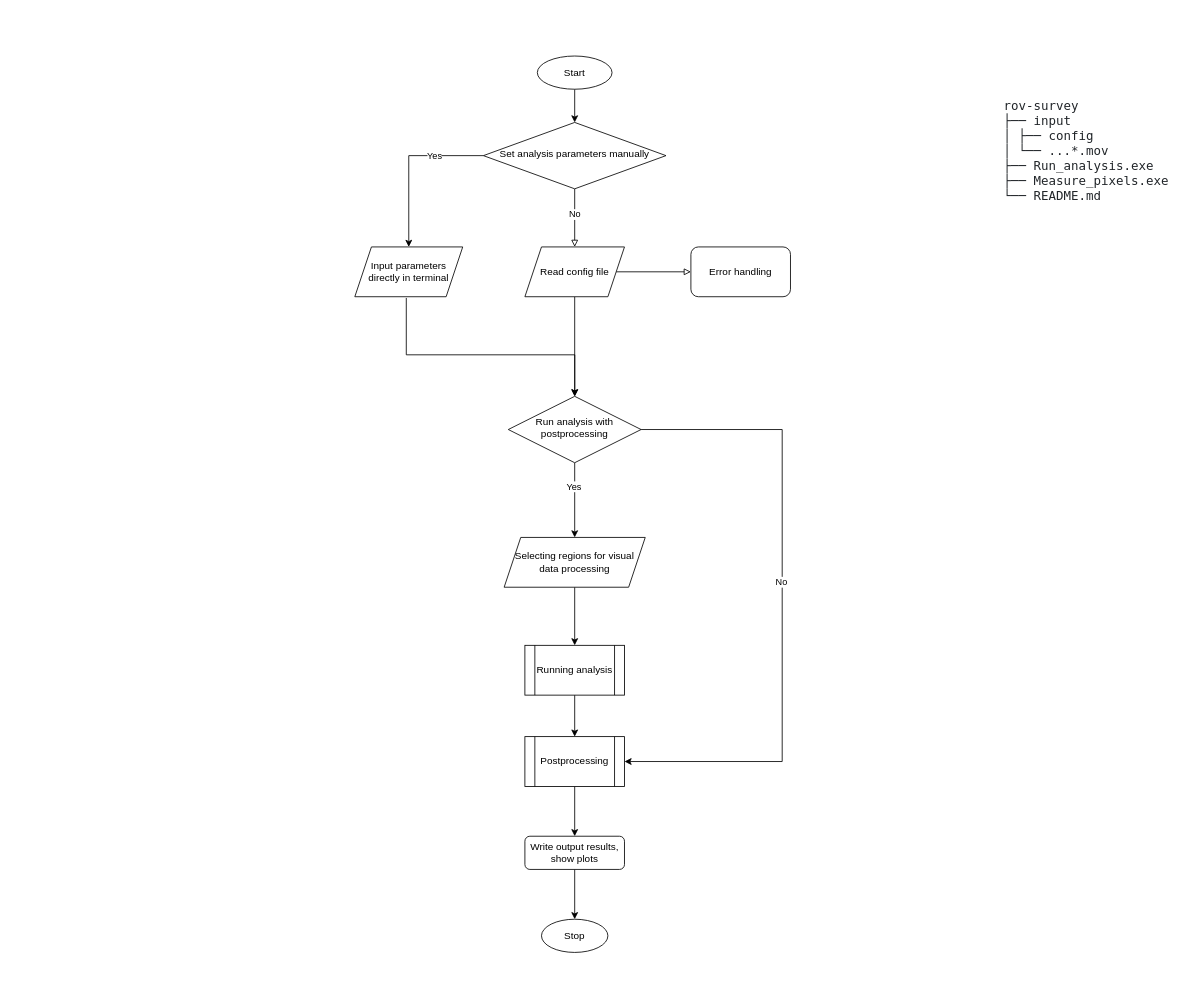
Before: ROV_tool.drawio in przesmak/flowchart, a draw.io diagram. Source tidied: cells renumbered, new cells numbered last; positions are measured from the earlier drawing's top-left corner, leaving out a move shared by most shapes. Both pictures are drawn from the tidied source at 83%, with x=0, y=0 at pixel (354, 56).
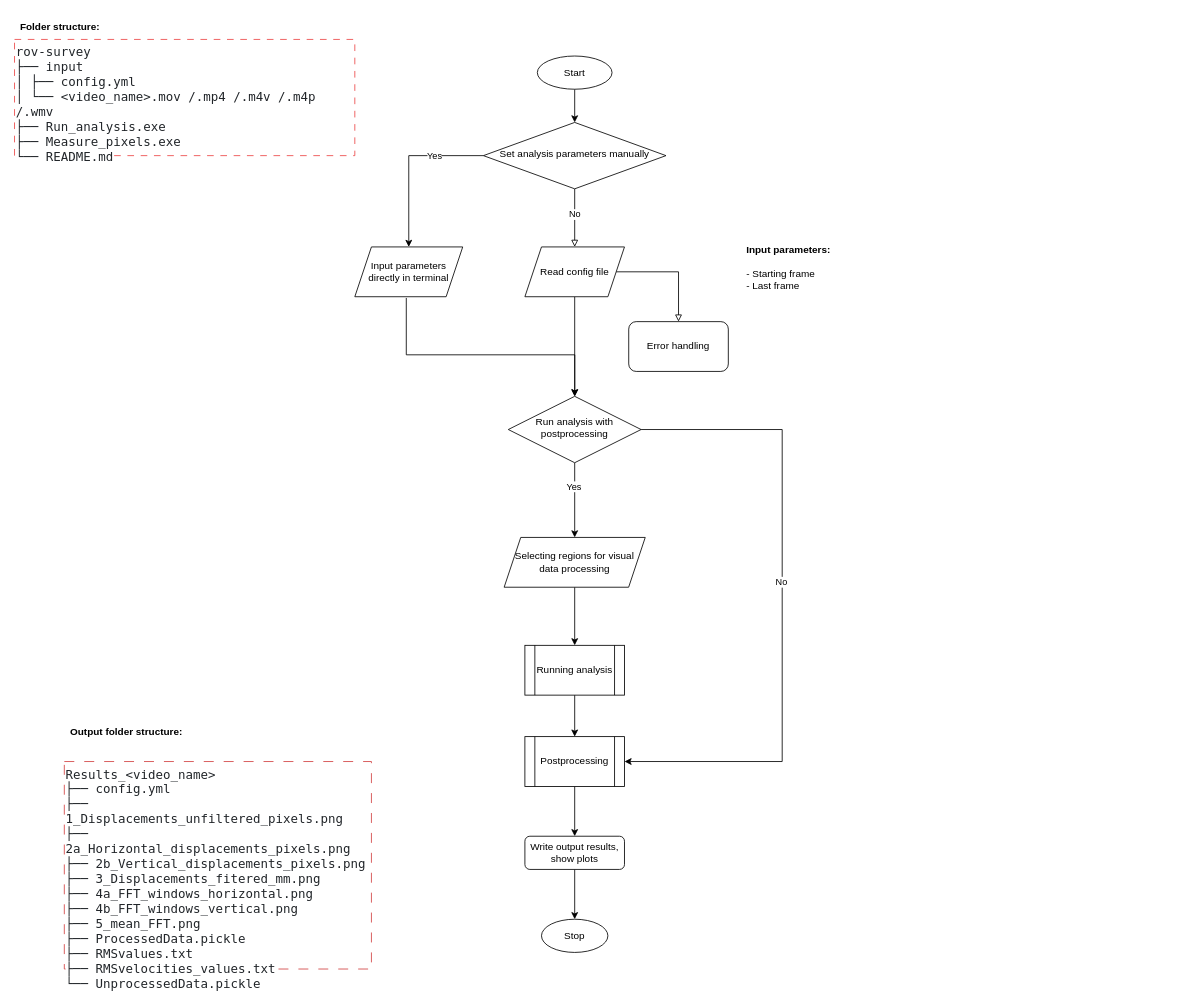
The same diagram, later.

Diff of the diagram source:
```diff
@@
     <mxCell id="15" value="Error handling" style="rounded=1;whiteSpace=wrap;html=1;" parent="1" vertex="1">
-      <mxGeometry x="404.9" y="230" width="120" height="60" as="geometry" />
+      <mxGeometry x="330" y="320" width="120" height="60" as="geometry" />
     </mxCell>
@@
-    <mxCell id="29" value="&lt;span style=&quot;color: rgb(33, 37, 41); font-family: &amp;quot;Fira code&amp;quot;, &amp;quot;Fira Mono&amp;quot;, source-code-pro, Menlo, Monaco, Consolas, &amp;quot;Courier New&amp;quot;, monospace; font-size: 15px; font-style: normal; font-variant-ligatures: normal; font-variant-caps: normal; font-weight: 400; letter-spacing: normal; orphans: 2; text-align: left; text-indent: 0px; text-transform: none; widows: 2; word-spacing: 0px; -webkit-text-stroke-width: 0px; background-color: rgb(255, 255, 255); text-decoration-thickness: initial; text-decoration-style: initial; text-decoration-color: initial; float: none; display: inline !important;&quot;&gt;rov-survey&#10;├── input &#10;│   ├── config&#10;│   └── ...*.mov&#10;├── Run_analysis.exe&#10;├── Measure_pixels.exe&#10;└── README.md&lt;/span&gt;" style="text;whiteSpace=wrap;html=1;" parent="1" vertex="1">
-      <mxGeometry x="780" y="45" width="210" height="150" as="geometry" />
+    <mxCell id="29" value="&lt;span style=&quot;color: rgb(33, 37, 41); font-family: &amp;quot;Fira code&amp;quot;, &amp;quot;Fira Mono&amp;quot;, source-code-pro, Menlo, Monaco, Consolas, &amp;quot;Courier New&amp;quot;, monospace; font-size: 15px; font-style: normal; font-variant-ligatures: normal; font-variant-caps: normal; font-weight: 400; letter-spacing: normal; orphans: 2; text-align: left; text-indent: 0px; text-transform: none; widows: 2; word-spacing: 0px; -webkit-text-stroke-width: 0px; background-color: rgb(255, 255, 255); text-decoration-thickness: initial; text-decoration-style: initial; text-decoration-color: initial; float: none; display: inline !important;&quot;&gt;rov-survey&lt;br&gt;├── input &lt;br&gt;│   ├── config.yml&lt;br&gt;│   └── &amp;lt;video_name&amp;gt;.mov /.mp4 /.m4v /.m4p /.wmv&lt;br&gt;├── Run_analysis.exe&lt;br&gt;├── Measure_pixels.exe&lt;br&gt;└── README.md&lt;/span&gt;" style="text;whiteSpace=wrap;html=1;fillColor=none;strokeColor=#ec4646;dashed=1;dashPattern=8 8;" parent="1" vertex="1">
+      <mxGeometry x="-410" y="-20" width="410" height="140" as="geometry" />
     </mxCell>
+    <mxCell id="30" value="&lt;div style=&quot;&quot;&gt;&lt;span style=&quot;background-color: initial;&quot;&gt;&lt;b&gt;Input parameters:&amp;nbsp;&lt;/b&gt;&lt;/span&gt;&lt;/div&gt;&lt;div style=&quot;&quot;&gt;&lt;span style=&quot;background-color: initial;&quot;&gt;&lt;br&gt;&lt;/span&gt;&lt;/div&gt;&lt;div style=&quot;&quot;&gt;&lt;span style=&quot;background-color: initial;&quot;&gt;- Starting frame&lt;/span&gt;&lt;/div&gt;&lt;div style=&quot;&quot;&gt;&lt;span style=&quot;background-color: initial;&quot;&gt;- Last frame&amp;nbsp;&lt;/span&gt;&lt;/div&gt;" style="text;html=1;strokeColor=none;fillColor=none;align=left;verticalAlign=middle;whiteSpace=wrap;rounded=0;" parent="1" vertex="1">
+      <mxGeometry x="470" y="150" width="235.1" height="210" as="geometry" />
+    </mxCell>
+    <mxCell id="31" value="&lt;span style=&quot;color: rgb(33, 37, 41); font-family: &amp;quot;Fira code&amp;quot;, &amp;quot;Fira Mono&amp;quot;, source-code-pro, Menlo, Monaco, Consolas, &amp;quot;Courier New&amp;quot;, monospace; font-size: 15px; font-style: normal; font-variant-ligatures: normal; font-variant-caps: normal; font-weight: 400; letter-spacing: normal; orphans: 2; text-align: left; text-indent: 0px; text-transform: none; widows: 2; word-spacing: 0px; -webkit-text-stroke-width: 0px; background-color: rgb(255, 255, 255); text-decoration-thickness: initial; text-decoration-style: initial; text-decoration-color: initial; float: none; display: inline !important;&quot;&gt;Results_&amp;lt;video_name&amp;gt;&lt;br&gt;├── config.yml&lt;br&gt;├── 1_Displacements_unfiltered_pixels.png&lt;br&gt;├── 2a_Horizontal_displacements_pixels.png&lt;br&gt;├── 2b_Vertical_displacements_pixels.png&lt;br&gt;├── 3_Displacements_fitered_mm.png&lt;br&gt;├── 4a_FFT_windows_horizontal.png&lt;br&gt;├── 4b_FFT_windows_vertical.png&lt;br&gt;├── 5_mean_FFT.png&lt;br&gt;├── ProcessedData.pickle&lt;br&gt;├── RMSvalues.txt&lt;br&gt;├── RMSvelocities_values.txt&lt;br&gt;└── UnprocessedData.pickle&lt;/span&gt;" style="text;whiteSpace=wrap;html=1;strokeColor=#d24141;strokeWidth=1;dashed=1;dashPattern=12 12;" parent="1" vertex="1">
+      <mxGeometry x="-350" y="850" width="370" height="250" as="geometry" />
+    </mxCell>
+    <mxCell id="32" value="&lt;b&gt;Folder structure:&lt;/b&gt;" style="text;html=1;strokeColor=none;fillColor=none;align=center;verticalAlign=middle;whiteSpace=wrap;rounded=0;" parent="1" vertex="1">
+      <mxGeometry x="-410" y="-50" width="110" height="30" as="geometry" />
+    </mxCell>
+    <mxCell id="33" value="&lt;b&gt;Output folder structure:&lt;/b&gt;" style="text;html=1;strokeColor=none;fillColor=none;align=center;verticalAlign=middle;whiteSpace=wrap;rounded=0;" parent="1" vertex="1">
+      <mxGeometry x="-350" y="800" width="150" height="30" as="geometry" />
+    </mxCell>
```
